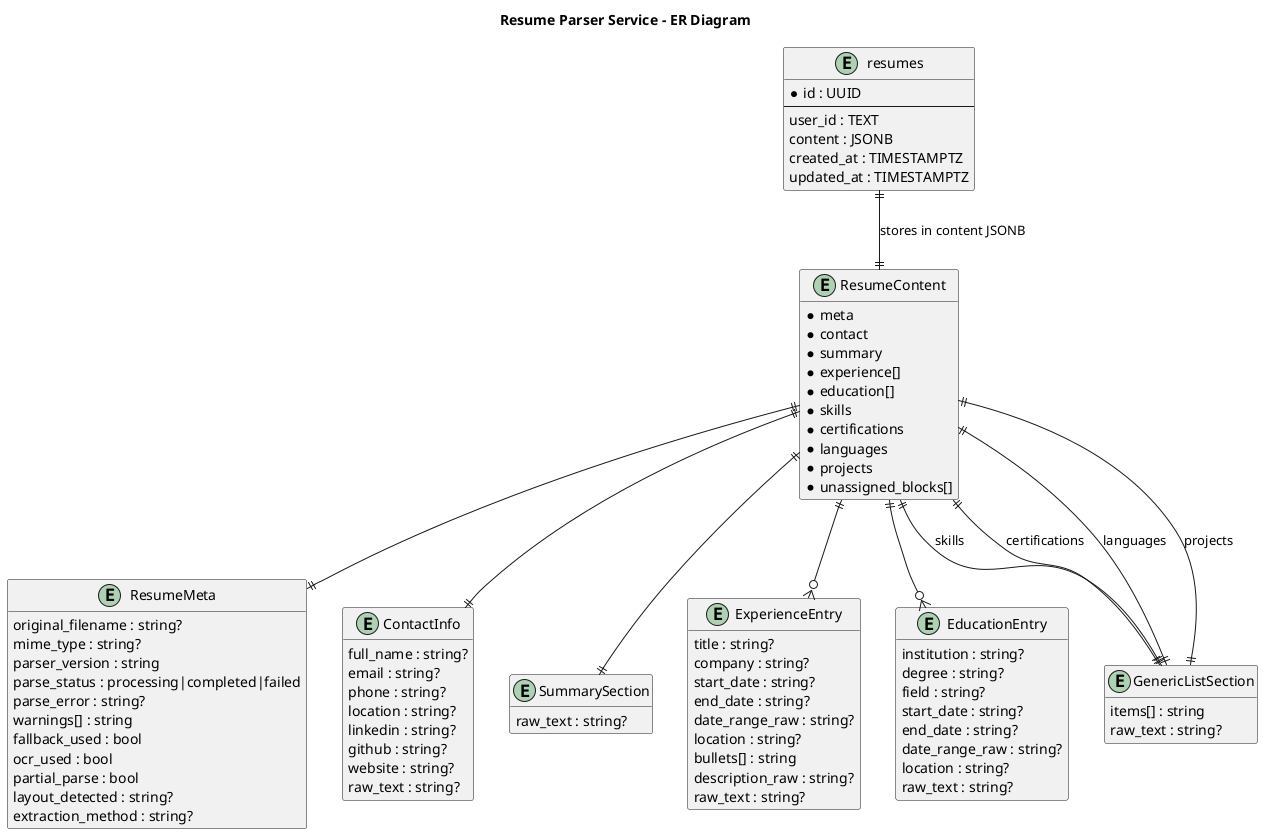
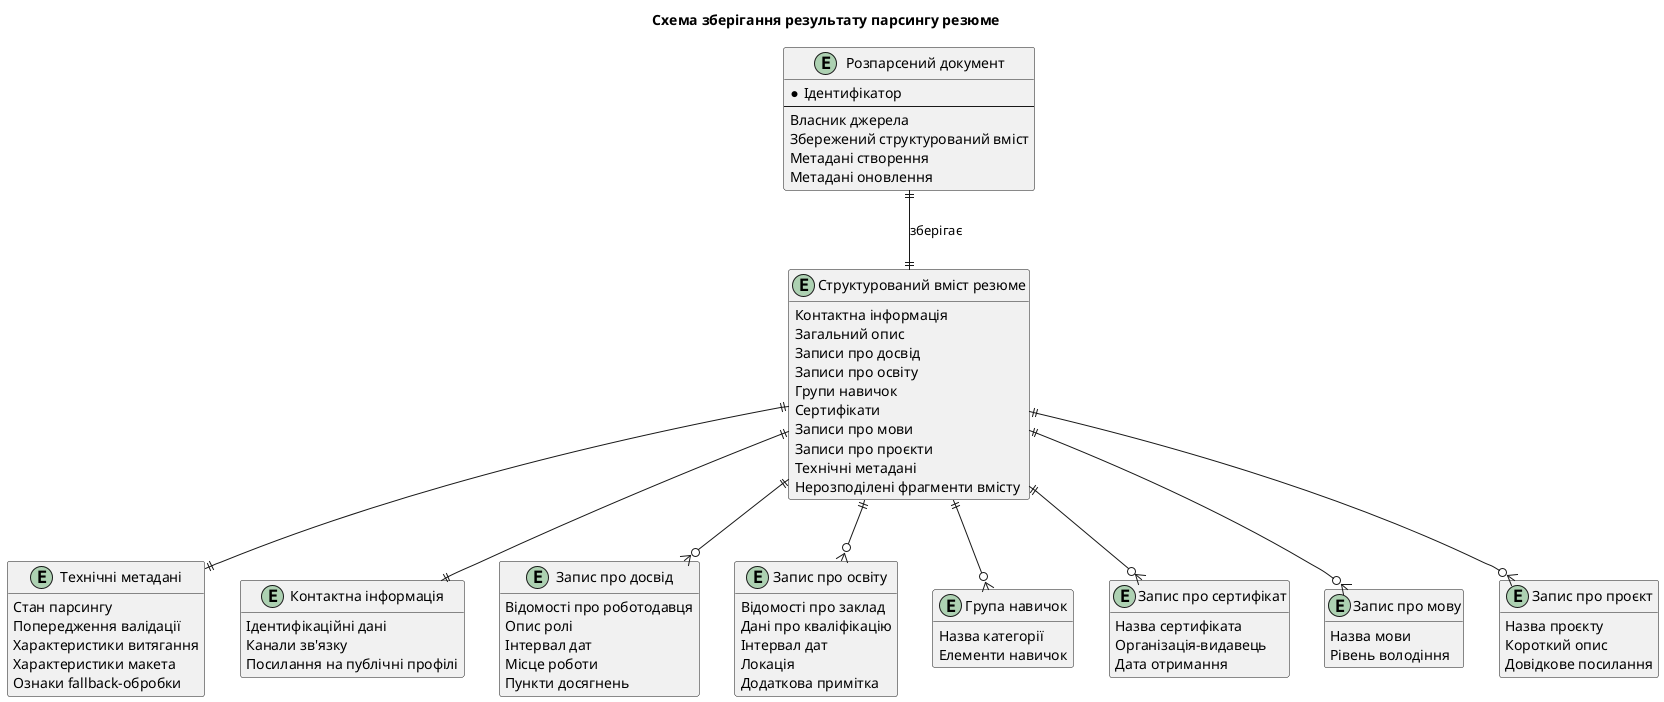
@startuml
- title Resume Parser Service - ER Diagram
+ title Схема зберігання результату парсингу резюме

hide methods
hide stereotypes
skinparam shadowing false

- entity "resumes" as resumes {
-   * id : UUID
+ entity "Розпарсений документ" as ParsedDocument {
+   * Ідентифікатор
  --
-   user_id : TEXT
-   content : JSONB
-   created_at : TIMESTAMPTZ
-   updated_at : TIMESTAMPTZ
+   Власник джерела
+   Збережений структурований вміст
+   Метадані створення
+   Метадані оновлення
}

- entity "ResumeContent" as ResumeContent {
-   * meta
-   * contact
-   * summary
-   * experience[]
-   * education[]
-   * skills
-   * certifications
-   * languages
-   * projects
-   * unassigned_blocks[]
+ entity "Структурований вміст резюме" as StructuredResumeContent {
+   Контактна інформація
+   Загальний опис
+   Записи про досвід
+   Записи про освіту
+   Групи навичок
+   Сертифікати
+   Записи про мови
+   Записи про проєкти
+   Технічні метадані
+   Нерозподілені фрагменти вмісту
}

- entity "ResumeMeta" as ResumeMeta {
-   original_filename : string?
-   mime_type : string?
-   parser_version : string
-   parse_status : processing|completed|failed
-   parse_error : string?
-   warnings[] : string
-   fallback_used : bool
-   ocr_used : bool
-   partial_parse : bool
-   layout_detected : string?
-   extraction_method : string?
+ entity "Технічні метадані" as TechnicalMetadata {
+   Стан парсингу
+   Попередження валідації
+   Характеристики витягання
+   Характеристики макета
+   Ознаки fallback-обробки
}

- entity "ContactInfo" as ContactInfo {
-   full_name : string?
-   email : string?
-   phone : string?
-   location : string?
-   linkedin : string?
-   github : string?
-   website : string?
-   raw_text : string?
+ entity "Контактна інформація" as ContactInformation {
+   Ідентифікаційні дані
+   Канали зв'язку
+   Посилання на публічні профілі
}

- entity "SummarySection" as SummarySection {
-   raw_text : string?
+ entity "Запис про досвід" as ExperienceRecord {
+   Відомості про роботодавця
+   Опис ролі
+   Інтервал дат
+   Місце роботи
+   Пункти досягнень
}

- entity "ExperienceEntry" as ExperienceEntry {
-   title : string?
-   company : string?
-   start_date : string?
-   end_date : string?
-   date_range_raw : string?
-   location : string?
-   bullets[] : string
-   description_raw : string?
-   raw_text : string?
+ entity "Запис про освіту" as EducationRecord {
+   Відомості про заклад
+   Дані про кваліфікацію
+   Інтервал дат
+   Локація
+   Додаткова примітка
}

- entity "EducationEntry" as EducationEntry {
-   institution : string?
-   degree : string?
-   field : string?
-   start_date : string?
-   end_date : string?
-   date_range_raw : string?
-   location : string?
-   raw_text : string?
+ entity "Група навичок" as SkillGroup {
+   Назва категорії
+   Елементи навичок
}

- entity "GenericListSection" as GenericListSection {
-   items[] : string
-   raw_text : string?
+ entity "Запис про сертифікат" as CertificateRecord {
+   Назва сертифіката
+   Організація-видавець
+   Дата отримання
}

- resumes ||--|| ResumeContent : stores in content JSONB
- ResumeContent ||--|| ResumeMeta
- ResumeContent ||--|| ContactInfo
- ResumeContent ||--|| SummarySection
- ResumeContent ||--o{ ExperienceEntry
- ResumeContent ||--o{ EducationEntry
- ResumeContent ||--|| GenericListSection : skills
- ResumeContent ||--|| GenericListSection : certifications
- ResumeContent ||--|| GenericListSection : languages
- ResumeContent ||--|| GenericListSection : projects
+ entity "Запис про мову" as LanguageRecord {
+   Назва мови
+   Рівень володіння
+ }
+ 
+ entity "Запис про проєкт" as ProjectRecord {
+   Назва проєкту
+   Короткий опис
+   Довідкове посилання
+ }
+ 
+ ParsedDocument ||--|| StructuredResumeContent : зберігає
+ StructuredResumeContent ||--|| TechnicalMetadata
+ StructuredResumeContent ||--|| ContactInformation
+ StructuredResumeContent ||--o{ ExperienceRecord
+ StructuredResumeContent ||--o{ EducationRecord
+ StructuredResumeContent ||--o{ SkillGroup
+ StructuredResumeContent ||--o{ CertificateRecord
+ StructuredResumeContent ||--o{ LanguageRecord
+ StructuredResumeContent ||--o{ ProjectRecord

@enduml
